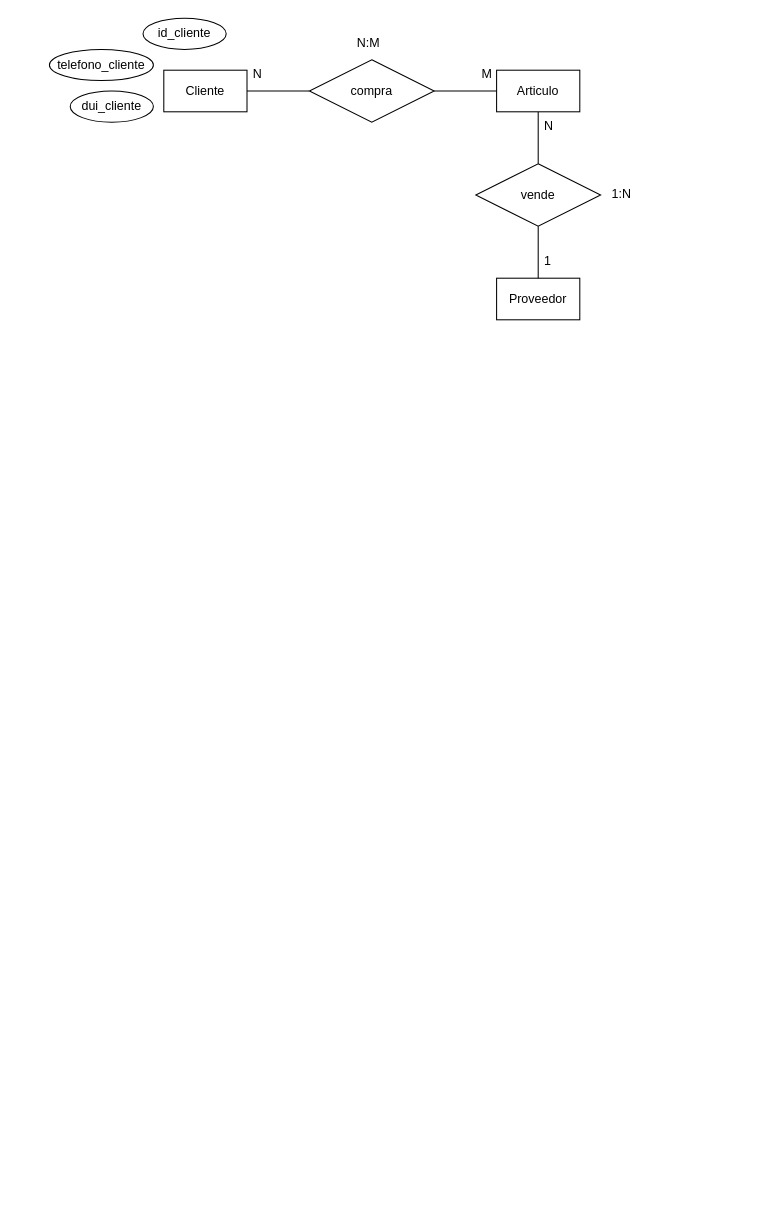
The draw.io diagram Untitled Diagram.drawio in diegomurillocorrea/DBD, before the edit. Source tidied: cells renumbered, new cells numbered last; positions are measured from the earlier drawing's top-left corner, leaving out a move shared by most shapes. Both pictures are drawn from the tidied source at 104%, with x=0, y=0 at pixel (49, 18).
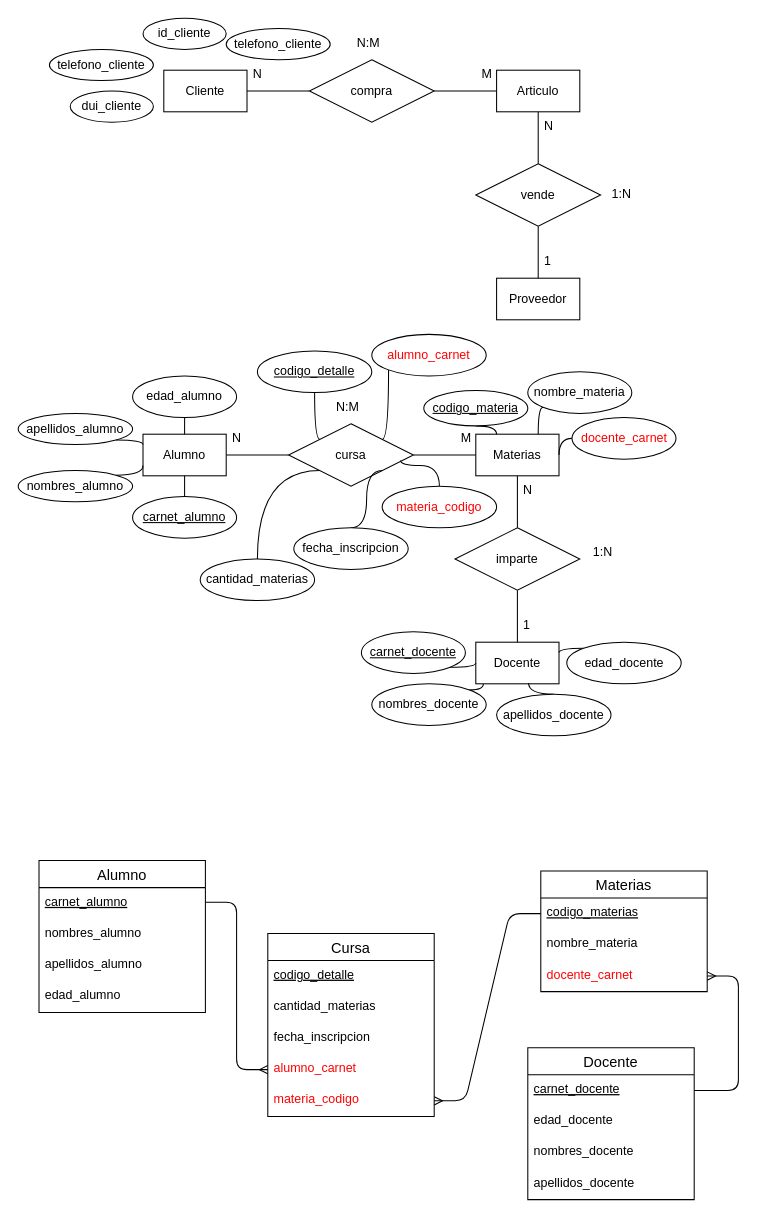
The same diagram, later.

The change refers to these unchanged cells:
```xml
<mxCell id="5" value="&lt;font style=&quot;font-size: 12px&quot;&gt;Articulo&lt;/font&gt;" style="whiteSpace=wrap;html=1;align=center;" parent="1" vertex="1">
  <mxGeometry x="430" y="50" width="80" height="40" as="geometry" />
</mxCell>
<mxCell id="6" value="Proveedor" style="whiteSpace=wrap;html=1;align=center;" parent="1" vertex="1">
  <mxGeometry x="430" y="250" width="80" height="40" as="geometry" />
</mxCell>
<mxCell id="10" value="vende" style="shape=rhombus;perimeter=rhombusPerimeter;whiteSpace=wrap;html=1;align=center;" parent="1" vertex="1">
  <mxGeometry x="410" y="140" width="120" height="60" as="geometry" />
</mxCell>
```

The edit, as a diff of the source:
```diff
@@
-    <mxCell id="4" style="edgeStyle=orthogonalEdgeStyle;curved=1;rounded=0;jettySize=auto;html=1;exitX=0.5;exitY=1;exitDx=0;exitDy=0;entryX=0.5;entryY=0;entryDx=0;entryDy=0;endArrow=none;endFill=0;" parent="1" edge="1" source="5" target="10">
+    <mxCell id="4" style="edgeStyle=orthogonalEdgeStyle;rounded=0;jettySize=auto;html=1;exitX=0.5;exitY=1;exitDx=0;exitDy=0;entryX=0.5;entryY=0;entryDx=0;entryDy=0;endArrow=none;endFill=0;curved=1;" parent="1" edge="1" source="5" target="10">
       <mxGeometry relative="1" as="geometry" />
     </mxCell>
@@
-    <mxCell id="9" style="edgeStyle=orthogonalEdgeStyle;curved=1;rounded=0;jettySize=auto;html=1;exitX=0.5;exitY=1;exitDx=0;exitDy=0;entryX=0.5;entryY=0;entryDx=0;entryDy=0;endArrow=none;endFill=0;" parent="1" edge="1" source="10" target="6">
+    <mxCell id="9" style="edgeStyle=orthogonalEdgeStyle;rounded=0;jettySize=auto;html=1;exitX=0.5;exitY=1;exitDx=0;exitDy=0;entryX=0.5;entryY=0;entryDx=0;entryDy=0;endArrow=none;endFill=0;curved=1;" parent="1" edge="1" source="10" target="6">
       <mxGeometry relative="1" as="geometry" />
     </mxCell>
@@
+    <mxCell id="20" style="edgeStyle=orthogonalEdgeStyle;jettySize=auto;html=1;exitX=1;exitY=0.5;exitDx=0;exitDy=0;entryX=0;entryY=0.5;entryDx=0;entryDy=0;endArrow=none;endFill=0;curved=1;" parent="1" edge="1" source="21" target="28">
+      <mxGeometry relative="1" as="geometry" />
+    </mxCell>
+    <mxCell id="21" value="&lt;font style=&quot;font-size: 12px&quot;&gt;Alumno&lt;/font&gt;" style="whiteSpace=wrap;html=1;align=center;" parent="1" vertex="1">
+      <mxGeometry x="90" y="400" width="80" height="40" as="geometry" />
+    </mxCell>
+    <mxCell id="22" style="edgeStyle=orthogonalEdgeStyle;rounded=0;jettySize=auto;html=1;exitX=0.5;exitY=1;exitDx=0;exitDy=0;entryX=0.5;entryY=0;entryDx=0;entryDy=0;endArrow=none;endFill=0;curved=1;" parent="1" edge="1" source="23" target="30">
+      <mxGeometry relative="1" as="geometry" />
+    </mxCell>
+    <mxCell id="23" value="&lt;font style=&quot;font-size: 12px&quot;&gt;Materias&lt;/font&gt;" style="whiteSpace=wrap;html=1;align=center;" parent="1" vertex="1">
+      <mxGeometry x="410" y="400" width="80" height="40" as="geometry" />
+    </mxCell>
+    <mxCell id="24" value="Docente" style="whiteSpace=wrap;html=1;align=center;" parent="1" vertex="1">
+      <mxGeometry x="410" y="600" width="80" height="40" as="geometry" />
+    </mxCell>
+    <mxCell id="25" style="edgeStyle=orthogonalEdgeStyle;jettySize=auto;html=1;exitX=1;exitY=0.5;exitDx=0;exitDy=0;entryX=0;entryY=0.5;entryDx=0;entryDy=0;endArrow=none;endFill=0;curved=1;" parent="1" edge="1" source="28" target="23">
+      <mxGeometry relative="1" as="geometry" />
+    </mxCell>
+    <mxCell id="26" style="edgeStyle=orthogonalEdgeStyle;curved=1;rounded=0;jettySize=auto;html=1;exitX=0;exitY=0;exitDx=0;exitDy=0;entryX=0.5;entryY=1;entryDx=0;entryDy=0;fontColor=#FF0000;endArrow=none;endFill=0;" parent="1" edge="1" source="28" target="62">
+      <mxGeometry relative="1" as="geometry">
+        <Array as="points">
+          <mxPoint x="255" y="405" />
+        </Array>
+      </mxGeometry>
+    </mxCell>
+    <mxCell id="27" style="edgeStyle=orthogonalEdgeStyle;curved=1;rounded=0;jettySize=auto;html=1;exitX=1;exitY=0;exitDx=0;exitDy=0;entryX=0;entryY=1;entryDx=0;entryDy=0;fontColor=#FF0000;endArrow=none;endFill=0;" parent="1" edge="1" source="28" target="67">
+      <mxGeometry relative="1" as="geometry">
+        <Array as="points">
+          <mxPoint x="326" y="405" />
+        </Array>
+      </mxGeometry>
+    </mxCell>
+    <mxCell id="28" value="cursa" style="shape=rhombus;perimeter=rhombusPerimeter;whiteSpace=wrap;html=1;align=center;" parent="1" vertex="1">
+      <mxGeometry x="230" y="390" width="120" height="60" as="geometry" />
+    </mxCell>
+    <mxCell id="29" style="edgeStyle=orthogonalEdgeStyle;rounded=0;jettySize=auto;html=1;exitX=0.5;exitY=1;exitDx=0;exitDy=0;entryX=0.5;entryY=0;entryDx=0;entryDy=0;endArrow=none;endFill=0;curved=1;" parent="1" edge="1" source="30" target="24">
+      <mxGeometry relative="1" as="geometry" />
+    </mxCell>
+    <mxCell id="30" value="imparte" style="shape=rhombus;perimeter=rhombusPerimeter;whiteSpace=wrap;html=1;align=center;" parent="1" vertex="1">
+      <mxGeometry x="390" y="490" width="120" height="60" as="geometry" />
+    </mxCell>
+    <mxCell id="31" value="1" style="text;strokeColor=none;fillColor=none;spacingLeft=4;spacingRight=4;overflow=hidden;fontSize=12;" parent="1" vertex="1">
+      <mxGeometry x="450" y="570" width="20" height="30" as="geometry" />
+    </mxCell>
+    <mxCell id="32" value="N" style="text;strokeColor=none;fillColor=none;spacingLeft=4;spacingRight=4;overflow=hidden;fontSize=12;" parent="1" vertex="1">
+      <mxGeometry x="450" y="440" width="20" height="30" as="geometry" />
+    </mxCell>
+    <mxCell id="33" value="1:N" style="text;strokeColor=none;fillColor=none;spacingLeft=4;spacingRight=4;overflow=hidden;fontSize=12;" parent="1" vertex="1">
+      <mxGeometry x="517" y="500" width="35" height="30" as="geometry" />
+    </mxCell>
+    <mxCell id="34" value="M" style="text;strokeColor=none;fillColor=none;spacingLeft=4;spacingRight=4;overflow=hidden;fontSize=12;" parent="1" vertex="1">
+      <mxGeometry x="390" y="390" width="20" height="30" as="geometry" />
+    </mxCell>
+    <mxCell id="35" value="N" style="text;strokeColor=none;fillColor=none;spacingLeft=4;spacingRight=4;overflow=hidden;fontSize=12;" parent="1" vertex="1">
+      <mxGeometry x="170" y="390" width="20" height="30" as="geometry" />
+    </mxCell>
+    <mxCell id="36" value="N:M" style="text;strokeColor=none;fillColor=none;spacingLeft=4;spacingRight=4;overflow=hidden;fontSize=12;" parent="1" vertex="1">
+      <mxGeometry x="270" y="360" width="40" height="30" as="geometry" />
+    </mxCell>
+    <mxCell id="37" style="edgeStyle=orthogonalEdgeStyle;curved=1;rounded=0;jettySize=auto;html=1;exitX=0.5;exitY=0;exitDx=0;exitDy=0;entryX=0.5;entryY=1;entryDx=0;entryDy=0;fontColor=#FF0000;endArrow=none;endFill=0;" parent="1" edge="1" source="38" target="21">
+      <mxGeometry relative="1" as="geometry" />
+    </mxCell>
+    <mxCell id="38" value="carnet_alumno" style="ellipse;whiteSpace=wrap;html=1;align=center;fontStyle=4;" parent="1" vertex="1">
+      <mxGeometry x="80" y="460" width="100" height="40" as="geometry" />
+    </mxCell>
+    <mxCell id="39" style="edgeStyle=orthogonalEdgeStyle;curved=1;rounded=0;jettySize=auto;html=1;exitX=1;exitY=1;exitDx=0;exitDy=0;entryX=0;entryY=0.25;entryDx=0;entryDy=0;fontColor=#FF0000;endArrow=none;endFill=0;" parent="1" edge="1" source="40" target="21">
+      <mxGeometry relative="1" as="geometry" />
+    </mxCell>
+    <mxCell id="40" value="apellidos_alumno" style="ellipse;whiteSpace=wrap;html=1;align=center;" parent="1" vertex="1">
+      <mxGeometry x="-30" y="380" width="110" height="30" as="geometry" />
+    </mxCell>
+    <mxCell id="41" value="telefono_cliente" style="ellipse;whiteSpace=wrap;html=1;align=center;" parent="1" vertex="1">
+      <mxGeometry x="170" y="10" width="100" height="30" as="geometry" />
+    </mxCell>
+    <mxCell id="42" style="edgeStyle=orthogonalEdgeStyle;curved=1;rounded=0;jettySize=auto;html=1;exitX=1;exitY=0;exitDx=0;exitDy=0;entryX=0;entryY=0.75;entryDx=0;entryDy=0;fontColor=#FF0000;endArrow=none;endFill=0;" parent="1" edge="1" source="43" target="21">
+      <mxGeometry relative="1" as="geometry" />
+    </mxCell>
+    <mxCell id="43" value="nombres_alumno" style="ellipse;whiteSpace=wrap;html=1;align=center;" parent="1" vertex="1">
+      <mxGeometry x="-30" y="435" width="110" height="30" as="geometry" />
+    </mxCell>
+    <mxCell id="44" style="edgeStyle=orthogonalEdgeStyle;rounded=0;jettySize=auto;html=1;exitX=0.5;exitY=1;exitDx=0;exitDy=0;entryX=0.5;entryY=0;entryDx=0;entryDy=0;fontColor=#FF0000;endArrow=none;endFill=0;curved=1;" parent="1" edge="1" source="45" target="21">
+      <mxGeometry relative="1" as="geometry" />
+    </mxCell>
+    <mxCell id="45" value="edad_alumno" style="ellipse;whiteSpace=wrap;html=1;align=center;fontStyle=0;" parent="1" vertex="1">
+      <mxGeometry x="80" y="344" width="100" height="40" as="geometry" />
+    </mxCell>
+    <mxCell id="46" style="edgeStyle=orthogonalEdgeStyle;curved=1;rounded=0;jettySize=auto;html=1;exitX=0.5;exitY=1;exitDx=0;exitDy=0;entryX=0.25;entryY=0;entryDx=0;entryDy=0;fontColor=#FF0000;endArrow=none;endFill=0;" parent="1" edge="1" source="47" target="23">
+      <mxGeometry relative="1" as="geometry" />
+    </mxCell>
+    <mxCell id="47" value="codigo_materia" style="ellipse;whiteSpace=wrap;html=1;align=center;fontStyle=4;" parent="1" vertex="1">
+      <mxGeometry x="360" y="358" width="100" height="34" as="geometry" />
+    </mxCell>
+    <mxCell id="48" style="edgeStyle=orthogonalEdgeStyle;curved=1;rounded=0;jettySize=auto;html=1;exitX=0;exitY=1;exitDx=0;exitDy=0;entryX=0.75;entryY=0;entryDx=0;entryDy=0;fontColor=#FF0000;endArrow=none;endFill=0;" parent="1" edge="1" source="49" target="23">
+      <mxGeometry relative="1" as="geometry" />
+    </mxCell>
+    <mxCell id="49" value="nombre_materia" style="ellipse;whiteSpace=wrap;html=1;align=center;fontStyle=0;" parent="1" vertex="1">
+      <mxGeometry x="460" y="340" width="100" height="40" as="geometry" />
+    </mxCell>
+    <mxCell id="50" style="edgeStyle=orthogonalEdgeStyle;curved=1;rounded=0;jettySize=auto;html=1;exitX=0;exitY=0.5;exitDx=0;exitDy=0;entryX=1;entryY=0.5;entryDx=0;entryDy=0;fontColor=#FF0000;endArrow=none;endFill=0;" parent="1" edge="1" source="51" target="23">
+      <mxGeometry relative="1" as="geometry" />
+    </mxCell>
+    <mxCell id="51" value="docente_carnet" style="ellipse;whiteSpace=wrap;html=1;align=center;fontStyle=0;fontColor=#FF0000;" parent="1" vertex="1">
+      <mxGeometry x="502.5" y="384" width="100" height="40" as="geometry" />
+    </mxCell>
+    <mxCell id="52" style="edgeStyle=orthogonalEdgeStyle;curved=1;rounded=0;jettySize=auto;html=1;exitX=1;exitY=1;exitDx=0;exitDy=0;entryX=0;entryY=0.5;entryDx=0;entryDy=0;fontColor=#FF0000;endArrow=none;endFill=0;" parent="1" edge="1" source="53" target="24">
+      <mxGeometry relative="1" as="geometry" />
+    </mxCell>
+    <mxCell id="53" value="carnet_docente" style="ellipse;whiteSpace=wrap;html=1;align=center;fontStyle=4;" parent="1" vertex="1">
+      <mxGeometry x="300" y="590" width="100" height="40" as="geometry" />
+    </mxCell>
+    <mxCell id="54" style="edgeStyle=orthogonalEdgeStyle;curved=1;rounded=0;jettySize=auto;html=1;exitX=1;exitY=0;exitDx=0;exitDy=0;entryX=0.091;entryY=1.007;entryDx=0;entryDy=0;entryPerimeter=0;fontColor=#FF0000;endArrow=none;endFill=0;" parent="1" edge="1" source="55" target="24">
+      <mxGeometry relative="1" as="geometry" />
+    </mxCell>
+    <mxCell id="55" value="nombres_docente" style="ellipse;whiteSpace=wrap;html=1;align=center;fontStyle=0;" parent="1" vertex="1">
+      <mxGeometry x="310" y="640" width="110" height="40" as="geometry" />
+    </mxCell>
+    <mxCell id="56" style="edgeStyle=orthogonalEdgeStyle;curved=1;rounded=0;jettySize=auto;html=1;exitX=0.5;exitY=0;exitDx=0;exitDy=0;entryX=0.634;entryY=0.979;entryDx=0;entryDy=0;entryPerimeter=0;fontColor=#FF0000;endArrow=none;endFill=0;" parent="1" edge="1" source="57" target="24">
+      <mxGeometry relative="1" as="geometry" />
+    </mxCell>
+    <mxCell id="57" value="apellidos_docente" style="ellipse;whiteSpace=wrap;html=1;align=center;fontStyle=0;" parent="1" vertex="1">
+      <mxGeometry x="430" y="650" width="110" height="40" as="geometry" />
+    </mxCell>
+    <mxCell id="58" style="edgeStyle=orthogonalEdgeStyle;curved=1;rounded=0;jettySize=auto;html=1;exitX=0;exitY=0;exitDx=0;exitDy=0;entryX=1;entryY=0.25;entryDx=0;entryDy=0;fontColor=#FF0000;endArrow=none;endFill=0;" parent="1" edge="1" source="59" target="24">
+      <mxGeometry relative="1" as="geometry" />
+    </mxCell>
+    <mxCell id="59" value="edad_docente" style="ellipse;whiteSpace=wrap;html=1;align=center;fontStyle=0;" parent="1" vertex="1">
+      <mxGeometry x="497.5" y="600" width="110" height="40" as="geometry" />
+    </mxCell>
+    <mxCell id="60" style="edgeStyle=orthogonalEdgeStyle;curved=1;rounded=0;jettySize=auto;html=1;exitX=0.5;exitY=0;exitDx=0;exitDy=0;entryX=0;entryY=1;entryDx=0;entryDy=0;fontColor=#FF0000;endArrow=none;endFill=0;" parent="1" edge="1" source="61" target="28">
+      <mxGeometry relative="1" as="geometry">
+        <Array as="points">
+          <mxPoint x="200" y="435" />
+        </Array>
+      </mxGeometry>
+    </mxCell>
+    <mxCell id="61" value="cantidad_materias" style="ellipse;whiteSpace=wrap;html=1;align=center;fontStyle=0;" parent="1" vertex="1">
+      <mxGeometry x="145" y="520" width="110" height="40" as="geometry" />
+    </mxCell>
+    <mxCell id="62" value="&lt;u&gt;codigo_detalle&lt;/u&gt;" style="ellipse;whiteSpace=wrap;html=1;align=center;fontStyle=0;" parent="1" vertex="1">
+      <mxGeometry x="200" y="320" width="110" height="40" as="geometry" />
+    </mxCell>
+    <mxCell id="63" style="edgeStyle=orthogonalEdgeStyle;curved=1;rounded=0;jettySize=auto;html=1;exitX=0.5;exitY=0;exitDx=0;exitDy=0;entryX=1;entryY=1;entryDx=0;entryDy=0;fontColor=#FF0000;endArrow=none;endFill=0;" parent="1" edge="1" source="64" target="28">
+      <mxGeometry relative="1" as="geometry">
+        <Array as="points">
+          <mxPoint x="305" y="435" />
+        </Array>
+      </mxGeometry>
+    </mxCell>
+    <mxCell id="64" value="fecha_inscripcion" style="ellipse;whiteSpace=wrap;html=1;align=center;fontStyle=0;" parent="1" vertex="1">
+      <mxGeometry x="235" y="490" width="110" height="40" as="geometry" />
+    </mxCell>
+    <mxCell id="65" style="edgeStyle=orthogonalEdgeStyle;curved=1;rounded=0;jettySize=auto;html=1;exitX=0.5;exitY=0;exitDx=0;exitDy=0;entryX=0.897;entryY=0.587;entryDx=0;entryDy=0;entryPerimeter=0;fontColor=#FF0000;endArrow=none;endFill=0;" parent="1" edge="1" source="66" target="28">
+      <mxGeometry relative="1" as="geometry" />
+    </mxCell>
+    <mxCell id="66" value="materia_codigo" style="ellipse;whiteSpace=wrap;html=1;align=center;fontStyle=0;fontColor=#FF0000;" parent="1" vertex="1">
+      <mxGeometry x="320" y="450" width="110" height="40" as="geometry" />
+    </mxCell>
+    <mxCell id="67" value="alumno_carnet" style="ellipse;whiteSpace=wrap;html=1;align=center;fontStyle=0;fontColor=#FF0000;" parent="1" vertex="1">
+      <mxGeometry x="310" y="304" width="110" height="40" as="geometry" />
+    </mxCell>
+    <mxCell id="68" value="Alumno" style="swimlane;fontStyle=0;horizontal=1;startSize=26;align=center;fontSize=14;" parent="1" vertex="1">
+      <mxGeometry x="-10" y="810" width="160" height="146" as="geometry" />
+    </mxCell>
+    <mxCell id="69" value="carnet_alumno" style="text;strokeColor=none;fillColor=none;spacingLeft=4;spacingRight=4;overflow=hidden;fontSize=12;fontStyle=4;" parent="68" vertex="1">
+      <mxGeometry y="26" width="160" height="30" as="geometry" />
+    </mxCell>
+    <mxCell id="70" value="nombres_alumno" style="text;strokeColor=none;fillColor=none;spacingLeft=4;spacingRight=4;overflow=hidden;fontSize=12;" parent="68" vertex="1">
+      <mxGeometry y="56" width="160" height="30" as="geometry" />
+    </mxCell>
+    <mxCell id="71" value="apellidos_alumno" style="text;strokeColor=none;fillColor=none;spacingLeft=4;spacingRight=4;overflow=hidden;fontSize=12;" parent="68" vertex="1">
+      <mxGeometry y="86" width="160" height="30" as="geometry" />
+    </mxCell>
+    <mxCell id="72" value="edad_alumno" style="text;strokeColor=none;fillColor=none;spacingLeft=4;spacingRight=4;overflow=hidden;fontSize=12;" parent="68" vertex="1">
+      <mxGeometry y="116" width="160" height="30" as="geometry" />
+    </mxCell>
+    <mxCell id="73" value="Materias" style="swimlane;fontStyle=0;horizontal=1;startSize=26;align=center;fontSize=14;" parent="1" vertex="1">
+      <mxGeometry x="472.5" y="820" width="160" height="116" as="geometry" />
+    </mxCell>
+    <mxCell id="74" value="codigo_materias" style="text;strokeColor=none;fillColor=none;spacingLeft=4;spacingRight=4;overflow=hidden;points=[[0,0.5],[1,0.5]];portConstraint=eastwest;fontSize=12;fontStyle=4;" parent="73" vertex="1">
+      <mxGeometry y="26" width="160" height="30" as="geometry" />
+    </mxCell>
+    <mxCell id="75" value="nombre_materia" style="text;strokeColor=none;fillColor=none;spacingLeft=4;spacingRight=4;overflow=hidden;fontSize=12;" parent="73" vertex="1">
+      <mxGeometry y="56" width="160" height="30" as="geometry" />
+    </mxCell>
+    <mxCell id="76" value="docente_carnet" style="text;strokeColor=none;fillColor=none;spacingLeft=4;spacingRight=4;overflow=hidden;points=[[0,0.5],[1,0.5]];portConstraint=eastwest;fontSize=12;fontColor=#FF0000;" parent="73" vertex="1">
+      <mxGeometry y="86" width="160" height="30" as="geometry" />
+    </mxCell>
+    <mxCell id="77" value="Docente" style="swimlane;fontStyle=0;horizontal=1;startSize=26;align=center;fontSize=14;" parent="1" vertex="1">
+      <mxGeometry x="460" y="990" width="160" height="146" as="geometry" />
+    </mxCell>
+    <mxCell id="78" value="carnet_docente" style="text;strokeColor=none;fillColor=none;spacingLeft=4;spacingRight=4;overflow=hidden;points=[[0,0.5],[1,0.5]];portConstraint=eastwest;fontSize=12;fontStyle=4;" parent="77" vertex="1">
+      <mxGeometry y="26" width="160" height="30" as="geometry" />
+    </mxCell>
+    <mxCell id="79" value="edad_docente" style="text;strokeColor=none;fillColor=none;spacingLeft=4;spacingRight=4;overflow=hidden;fontSize=12;" parent="77" vertex="1">
+      <mxGeometry y="56" width="160" height="30" as="geometry" />
+    </mxCell>
+    <mxCell id="80" value="nombres_docente" style="text;strokeColor=none;fillColor=none;spacingLeft=4;spacingRight=4;overflow=hidden;fontSize=12;" parent="77" vertex="1">
+      <mxGeometry y="86" width="160" height="30" as="geometry" />
+    </mxCell>
+    <mxCell id="81" value="apellidos_docente" style="text;strokeColor=none;fillColor=none;spacingLeft=4;spacingRight=4;overflow=hidden;fontSize=12;" parent="77" vertex="1">
+      <mxGeometry y="116" width="160" height="30" as="geometry" />
+    </mxCell>
+    <mxCell id="82" value="Cursa" style="swimlane;fontStyle=0;horizontal=1;startSize=26;align=center;fontSize=14;fontColor=#000000;" parent="1" vertex="1">
+      <mxGeometry x="210" y="880" width="160" height="176" as="geometry" />
+    </mxCell>
+    <mxCell id="83" value="codigo_detalle" style="text;strokeColor=none;fillColor=none;spacingLeft=4;spacingRight=4;overflow=hidden;fontSize=12;fontStyle=4;" parent="82" vertex="1">
+      <mxGeometry y="26" width="160" height="30" as="geometry" />
+    </mxCell>
+    <mxCell id="84" value="cantidad_materias" style="text;strokeColor=none;fillColor=none;spacingLeft=4;spacingRight=4;overflow=hidden;fontSize=12;" parent="82" vertex="1">
+      <mxGeometry y="56" width="160" height="30" as="geometry" />
+    </mxCell>
+    <mxCell id="85" value="fecha_inscripcion" style="text;strokeColor=none;fillColor=none;spacingLeft=4;spacingRight=4;overflow=hidden;fontSize=12;" parent="82" vertex="1">
+      <mxGeometry y="86" width="160" height="30" as="geometry" />
+    </mxCell>
+    <mxCell id="86" value="alumno_carnet" style="text;strokeColor=none;fillColor=none;spacingLeft=4;spacingRight=4;overflow=hidden;points=[[0,0.5],[1,0.5]];portConstraint=eastwest;fontSize=12;fontColor=#FF0000;" parent="82" vertex="1">
+      <mxGeometry y="116" width="160" height="30" as="geometry" />
+    </mxCell>
+    <mxCell id="87" value="materia_codigo" style="text;strokeColor=none;fillColor=none;spacingLeft=4;spacingRight=4;overflow=hidden;points=[[0,0.5],[1,0.5]];portConstraint=eastwest;fontSize=12;fontColor=#FF0000;" parent="82" vertex="1">
+      <mxGeometry y="146" width="160" height="30" as="geometry" />
+    </mxCell>
+    <mxCell id="88" style="edgeStyle=entityRelationEdgeStyle;fontSize=12;html=1;endArrow=ERmany;fontColor=#FF0000;entryX=0;entryY=0.5;entryDx=0;entryDy=0;" parent="1" edge="1" target="86">
+      <mxGeometry relative="1" as="geometry">
+        <mxPoint x="150" y="850" as="sourcePoint" />
+      </mxGeometry>
+    </mxCell>
+    <mxCell id="89" style="edgeStyle=entityRelationEdgeStyle;fontSize=12;html=1;endArrow=ERmany;fontColor=#FF0000;entryX=1;entryY=0.5;entryDx=0;entryDy=0;exitX=0;exitY=0.5;exitDx=0;exitDy=0;" parent="1" edge="1" source="74" target="87">
+      <mxGeometry relative="1" as="geometry" />
+    </mxCell>
+    <mxCell id="90" style="edgeStyle=entityRelationEdgeStyle;fontSize=12;html=1;endArrow=ERmany;fontColor=#FF0000;" parent="1" edge="1" source="78" target="76">
+      <mxGeometry relative="1" as="geometry" />
+    </mxCell>
```
